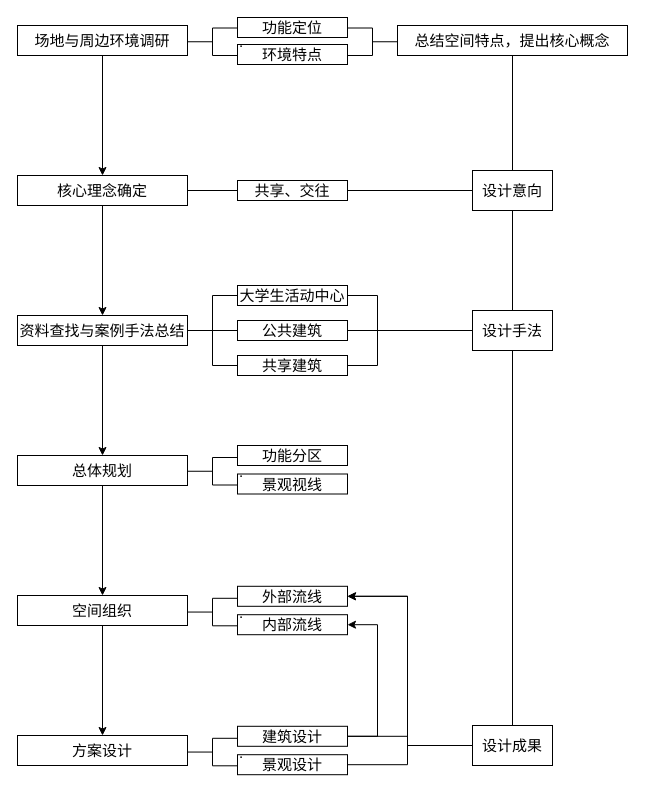
This is Untitled Diagram.drawio from TedHuangwx/learngit, a draw.io file, before an edit. Source tidied: cells renumbered, new cells numbered last; positions are measured from the earlier drawing's top-left corner, leaving out a move shared by most shapes. Both pictures are drawn from the tidied source at 100%, with x=0, y=0 at pixel (17, 17).
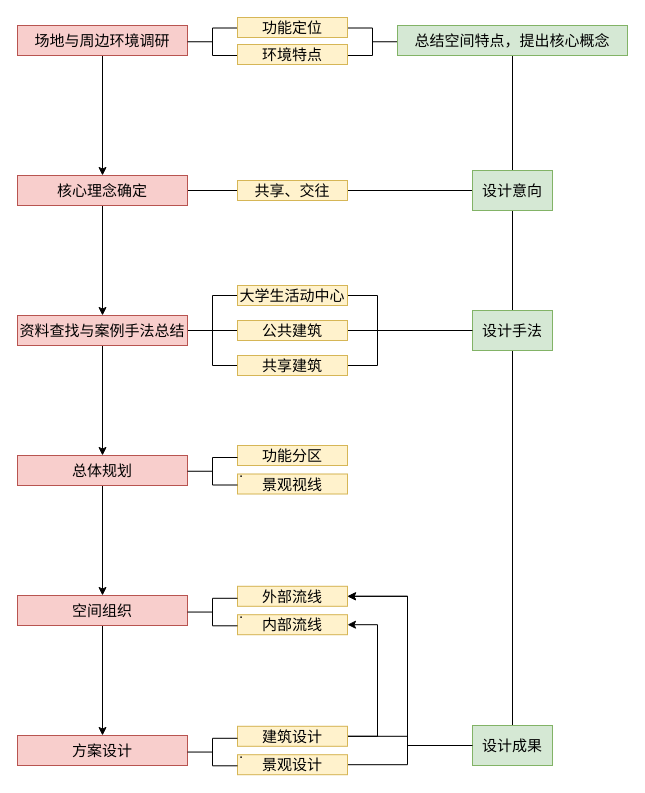
After the change.

The edit, as a diff of the source:
```diff
@@
-    <mxCell id="3" value="场地与周边环境调研" style="rounded=0;whiteSpace=wrap;html=1;fillColor=none;fontSize=15;" parent="1" vertex="1">
+    <mxCell id="3" value="场地与周边环境调研" style="rounded=0;whiteSpace=wrap;html=1;fillColor=#f8cecc;fontSize=15;strokeColor=#b85450;" parent="1" vertex="1">
       <mxGeometry y="8" width="170" height="30" as="geometry" />
     </mxCell>
@@
-    <mxCell id="6" value="总结空间特点，提出核心概念" style="whiteSpace=wrap;html=1;rounded=0;strokeColor=#000000;fillColor=none;fontSize=15;" parent="1" vertex="1">
+    <mxCell id="6" value="总结空间特点，提出核心概念" style="whiteSpace=wrap;html=1;rounded=0;strokeColor=#82b366;fillColor=#d5e8d4;fontSize=15;" parent="1" vertex="1">
       <mxGeometry x="380" y="8" width="230" height="30" as="geometry" />
     </mxCell>
@@
-    <mxCell id="9" value="核心理念确定" style="rounded=0;whiteSpace=wrap;html=1;fillColor=none;fontSize=15;" parent="1" vertex="1">
+    <mxCell id="9" value="核心理念确定" style="rounded=0;whiteSpace=wrap;html=1;fillColor=#f8cecc;fontSize=15;strokeColor=#b85450;" parent="1" vertex="1">
       <mxGeometry y="158" width="170" height="30" as="geometry" />
     </mxCell>
@@
-    <mxCell id="11" value="共享、交往" style="rounded=0;whiteSpace=wrap;html=1;fillColor=none;fontSize=15;" parent="1" vertex="1">
+    <mxCell id="11" value="共享、交往" style="rounded=0;whiteSpace=wrap;html=1;fillColor=#fff2cc;fontSize=15;strokeColor=#d6b656;" parent="1" vertex="1">
       <mxGeometry x="220" y="163" width="110" height="20" as="geometry" />
     </mxCell>
@@
-    <mxCell id="13" value="设计意向" style="whiteSpace=wrap;html=1;rounded=0;strokeColor=#000000;fillColor=none;fontSize=15;" parent="1" vertex="1">
+    <mxCell id="13" value="设计意向" style="whiteSpace=wrap;html=1;rounded=0;strokeColor=#82b366;fillColor=#d5e8d4;fontSize=15;" parent="1" vertex="1">
       <mxGeometry x="455" y="153" width="80" height="40" as="geometry" />
     </mxCell>
@@
-    <mxCell id="18" value="资料查找与案例手法总结" style="rounded=0;whiteSpace=wrap;html=1;fillColor=none;fontSize=15;" parent="1" vertex="1">
+    <mxCell id="18" value="资料查找与案例手法总结" style="rounded=0;whiteSpace=wrap;html=1;fillColor=#f8cecc;fontSize=15;strokeColor=#b85450;" parent="1" vertex="1">
       <mxGeometry y="298" width="170" height="30" as="geometry" />
     </mxCell>
@@
-    <mxCell id="21" value="公共建筑" style="rounded=0;whiteSpace=wrap;html=1;shadow=0;sketch=0;strokeColor=#000000;strokeWidth=1;fillColor=none;fontSize=15;" parent="1" vertex="1">
+    <mxCell id="21" value="公共建筑" style="rounded=0;whiteSpace=wrap;html=1;shadow=0;sketch=0;strokeColor=#d6b656;strokeWidth=1;fillColor=#fff2cc;fontSize=15;" parent="1" vertex="1">
       <mxGeometry x="220" y="303" width="110" height="20" as="geometry" />
     </mxCell>
@@
-    <mxCell id="23" value="共享建筑" style="rounded=0;whiteSpace=wrap;html=1;shadow=0;sketch=0;strokeColor=#000000;strokeWidth=1;fillColor=none;fontSize=15;" parent="1" vertex="1">
+    <mxCell id="23" value="共享建筑" style="rounded=0;whiteSpace=wrap;html=1;shadow=0;sketch=0;strokeColor=#d6b656;strokeWidth=1;fillColor=#fff2cc;fontSize=15;" parent="1" vertex="1">
       <mxGeometry x="220" y="338" width="110" height="20" as="geometry" />
     </mxCell>
@@
-    <mxCell id="25" value="设计手法" style="rounded=0;whiteSpace=wrap;html=1;shadow=0;sketch=0;strokeColor=#000000;strokeWidth=1;fillColor=none;fontSize=15;" parent="1" vertex="1">
+    <mxCell id="25" value="设计手法" style="rounded=0;whiteSpace=wrap;html=1;shadow=0;sketch=0;strokeColor=#82b366;strokeWidth=1;fillColor=#d5e8d4;fontSize=15;" parent="1" vertex="1">
       <mxGeometry x="455" y="293" width="80" height="40" as="geometry" />
     </mxCell>
@@
-    <mxCell id="27" value="总体规划" style="rounded=0;whiteSpace=wrap;html=1;shadow=0;sketch=0;strokeColor=#000000;strokeWidth=1;fillColor=none;fontSize=15;" parent="1" vertex="1">
+    <mxCell id="27" value="总体规划" style="rounded=0;whiteSpace=wrap;html=1;shadow=0;sketch=0;strokeColor=#b85450;strokeWidth=1;fillColor=#f8cecc;fontSize=15;" parent="1" vertex="1">
       <mxGeometry y="438" width="170" height="30" as="geometry" />
     </mxCell>
@@
-    <mxCell id="29" value="空间组织" style="rounded=0;whiteSpace=wrap;html=1;shadow=0;sketch=0;strokeColor=#000000;strokeWidth=1;fillColor=none;fontSize=15;" parent="1" vertex="1">
+    <mxCell id="29" value="空间组织" style="rounded=0;whiteSpace=wrap;html=1;shadow=0;sketch=0;strokeColor=#b85450;strokeWidth=1;fillColor=#f8cecc;fontSize=15;" parent="1" vertex="1">
       <mxGeometry y="578" width="170" height="30" as="geometry" />
     </mxCell>
-    <mxCell id="30" value="方案设计" style="rounded=0;whiteSpace=wrap;html=1;shadow=0;sketch=0;strokeColor=#000000;strokeWidth=1;fillColor=none;fontSize=15;" parent="1" vertex="1">
+    <mxCell id="30" value="方案设计" style="rounded=0;whiteSpace=wrap;html=1;shadow=0;sketch=0;strokeColor=#b85450;strokeWidth=1;fillColor=#f8cecc;fontSize=15;" parent="1" vertex="1">
       <mxGeometry y="718" width="170" height="30" as="geometry" />
     </mxCell>
-    <mxCell id="31" value="设计成果" style="rounded=0;whiteSpace=wrap;html=1;shadow=0;sketch=0;strokeColor=#000000;strokeWidth=1;fillColor=none;fontSize=15;" parent="1" vertex="1">
+    <mxCell id="31" value="设计成果" style="rounded=0;whiteSpace=wrap;html=1;shadow=0;sketch=0;strokeColor=#82b366;strokeWidth=1;fillColor=#d5e8d4;fontSize=15;" parent="1" vertex="1">
       <mxGeometry x="455" y="708" width="80" height="40" as="geometry" />
     </mxCell>
@@
-    <mxCell id="33" value="大学生活动中心" style="rounded=0;whiteSpace=wrap;html=1;shadow=0;sketch=0;strokeColor=#000000;strokeWidth=1;fillColor=none;fontSize=15;" parent="1" vertex="1">
+    <mxCell id="33" value="大学生活动中心" style="rounded=0;whiteSpace=wrap;html=1;shadow=0;sketch=0;strokeColor=#d6b656;strokeWidth=1;fillColor=#fff2cc;fontSize=15;" parent="1" vertex="1">
       <mxGeometry x="220" y="268" width="110" height="20" as="geometry" />
     </mxCell>
-    <mxCell id="34" value="功能定位" style="rounded=0;whiteSpace=wrap;html=1;shadow=0;sketch=0;strokeColor=#000000;strokeWidth=1;fillColor=none;fontSize=15;" parent="1" vertex="1">
+    <mxCell id="34" value="功能定位" style="rounded=0;whiteSpace=wrap;html=1;shadow=0;sketch=0;strokeColor=#d6b656;strokeWidth=1;fillColor=#fff2cc;fontSize=15;" parent="1" vertex="1">
       <mxGeometry x="220" width="110" height="20" as="geometry" />
     </mxCell>
-    <mxCell id="35" value="环境特点" style="rounded=0;whiteSpace=wrap;html=1;shadow=0;sketch=0;strokeColor=#000000;strokeWidth=1;fillColor=none;fontSize=15;" parent="1" vertex="1">
+    <mxCell id="35" value="环境特点" style="rounded=0;whiteSpace=wrap;html=1;shadow=0;sketch=0;strokeColor=#d6b656;strokeWidth=1;fillColor=#fff2cc;fontSize=15;" parent="1" vertex="1">
       <mxGeometry x="220" y="27" width="110" height="20" as="geometry" />
     </mxCell>
-    <mxCell id="36" value="功能分区" style="rounded=0;whiteSpace=wrap;html=1;shadow=0;sketch=0;strokeColor=#000000;strokeWidth=1;fillColor=none;fontSize=15;" parent="1" vertex="1">
+    <mxCell id="36" value="功能分区" style="rounded=0;whiteSpace=wrap;html=1;shadow=0;sketch=0;strokeColor=#d6b656;strokeWidth=1;fillColor=#fff2cc;fontSize=15;" parent="1" vertex="1">
       <mxGeometry x="220" y="428" width="110" height="20" as="geometry" />
     </mxCell>
-    <mxCell id="37" value="景观视线" style="rounded=0;whiteSpace=wrap;html=1;shadow=0;sketch=0;strokeColor=#000000;strokeWidth=1;fillColor=none;fontSize=15;" parent="1" vertex="1">
+    <mxCell id="37" value="景观视线" style="rounded=0;whiteSpace=wrap;html=1;shadow=0;sketch=0;strokeColor=#d6b656;strokeWidth=1;fillColor=#fff2cc;fontSize=15;" parent="1" vertex="1">
       <mxGeometry x="220" y="456.5" width="110" height="20" as="geometry" />
     </mxCell>
@@
-    <mxCell id="39" value="外部流线" style="rounded=0;whiteSpace=wrap;html=1;shadow=0;sketch=0;strokeColor=#000000;strokeWidth=1;fillColor=none;fontSize=15;" parent="1" vertex="1">
+    <mxCell id="39" value="外部流线" style="rounded=0;whiteSpace=wrap;html=1;shadow=0;sketch=0;strokeColor=#d6b656;strokeWidth=1;fillColor=#fff2cc;fontSize=15;" parent="1" vertex="1">
       <mxGeometry x="220" y="568.8" width="110" height="20" as="geometry" />
     </mxCell>
-    <mxCell id="40" value="内部流线" style="rounded=0;whiteSpace=wrap;html=1;shadow=0;sketch=0;strokeColor=#000000;strokeWidth=1;fillColor=none;fontSize=15;" parent="1" vertex="1">
+    <mxCell id="40" value="内部流线" style="rounded=0;whiteSpace=wrap;html=1;shadow=0;sketch=0;strokeColor=#d6b656;strokeWidth=1;fillColor=#fff2cc;fontSize=15;" parent="1" vertex="1">
       <mxGeometry x="220" y="597.2" width="110" height="20" as="geometry" />
     </mxCell>
@@
-    <mxCell id="44" value="建筑设计" style="rounded=0;whiteSpace=wrap;html=1;shadow=0;sketch=0;strokeColor=#000000;strokeWidth=1;fillColor=none;fontSize=15;" parent="1" vertex="1">
+    <mxCell id="44" value="建筑设计" style="rounded=0;whiteSpace=wrap;html=1;shadow=0;sketch=0;strokeColor=#d6b656;strokeWidth=1;fillColor=#fff2cc;fontSize=15;" parent="1" vertex="1">
       <mxGeometry x="220" y="708.8" width="110" height="20" as="geometry" />
     </mxCell>
@@
-    <mxCell id="46" value="景观设计" style="rounded=0;whiteSpace=wrap;html=1;shadow=0;sketch=0;strokeColor=#000000;strokeWidth=1;fillColor=none;fontSize=15;" parent="1" vertex="1">
+    <mxCell id="46" value="景观设计" style="rounded=0;whiteSpace=wrap;html=1;shadow=0;sketch=0;strokeColor=#d6b656;strokeWidth=1;fillColor=#fff2cc;fontSize=15;" parent="1" vertex="1">
       <mxGeometry x="220" y="737.2" width="110" height="20" as="geometry" />
     </mxCell>
```
